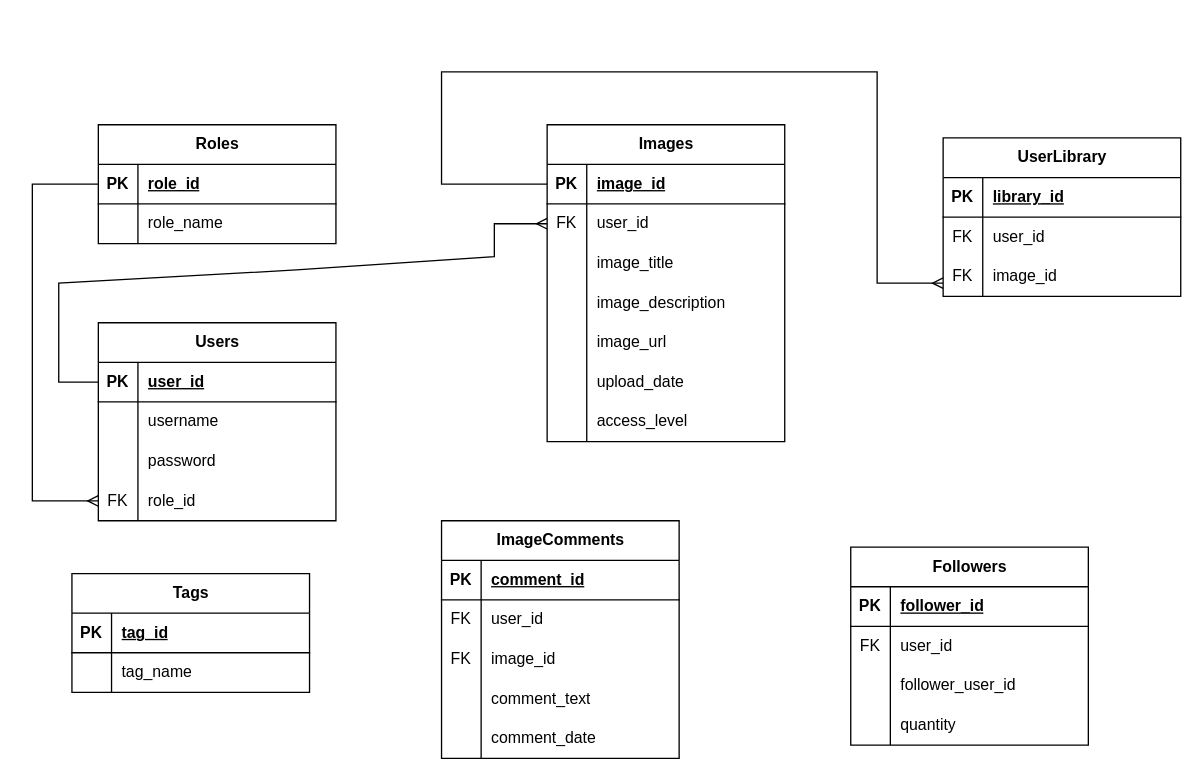
The draw.io diagram Components for the project/DB.drawio in KoleaRussu/web2-2023, before the edit. Source tidied: cells renumbered, new cells numbered last; positions are measured from the earlier drawing's top-left corner, leaving out a move shared by most shapes. Both pictures are drawn from the tidied source at 132%, with x=0, y=0 at pixel (32, 71).
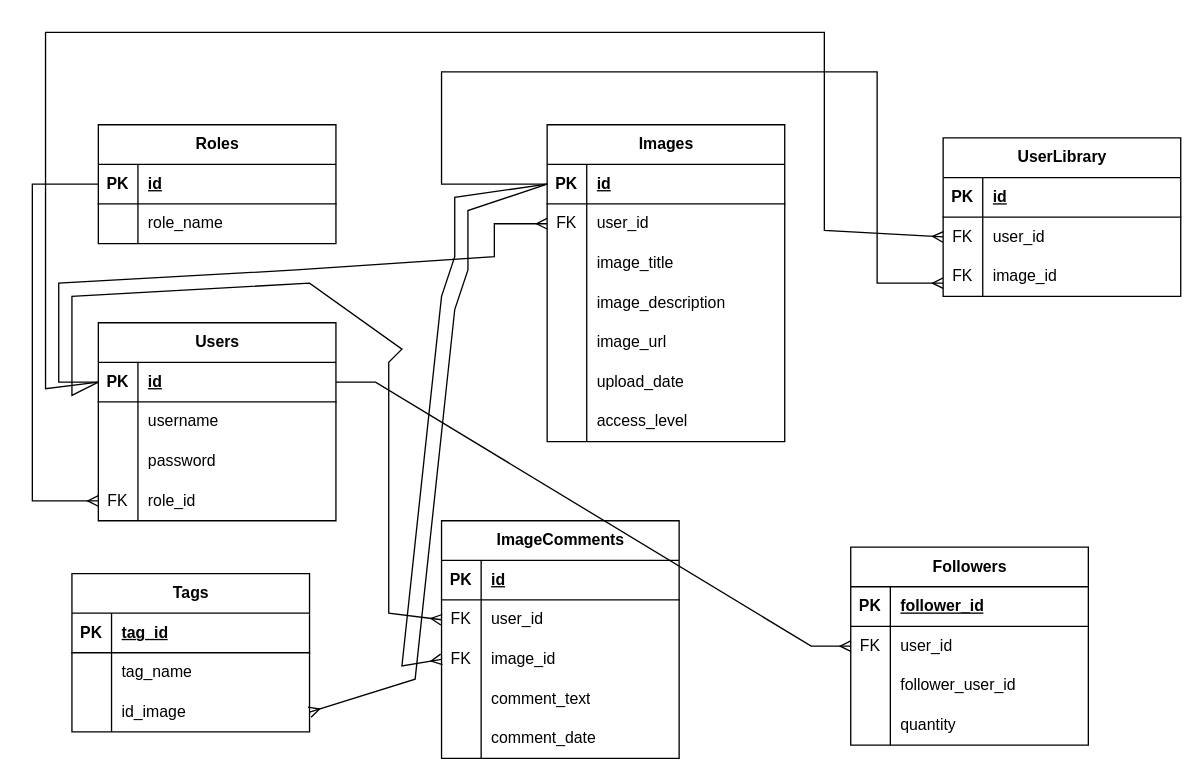
The same page after the edit.

Unchanged cells that the change refers to:
```xml
<mxCell id="3" style="shape=tableRow;horizontal=0;startSize=0;swimlaneHead=0;swimlaneBody=0;fillColor=none;points=[[0,0.5],[1,0.5]];portConstraint=eastwest;top=0;left=0;right=0;bottom=1;" parent="2" vertex="1">
  <mxGeometry y="30" width="180" height="30" as="geometry" />
</mxCell>
<mxCell id="10" style="shape=tableRow;horizontal=0;startSize=0;swimlaneHead=0;swimlaneBody=0;fillColor=none;points=[[0,0.5],[1,0.5]];portConstraint=eastwest;top=0;left=0;right=0;bottom=1;" parent="9" vertex="1">
  <mxGeometry y="30" width="180" height="30" as="geometry" />
</mxCell>
<mxCell id="24" style="shape=tableRow;horizontal=0;startSize=0;swimlaneHead=0;swimlaneBody=0;fillColor=none;points=[[0,0.5],[1,0.5]];portConstraint=eastwest;top=0;left=0;right=0;bottom=1;" parent="23" vertex="1">
  <mxGeometry y="30" width="180" height="30" as="geometry" />
</mxCell>
<mxCell id="47" style="shape=tableRow;horizontal=0;startSize=0;swimlaneHead=0;swimlaneBody=0;fillColor=none;top=0;left=0;right=0;bottom=1;" parent="46" vertex="1">
  <mxGeometry y="30" width="180" height="30" as="geometry" />
</mxCell>
<mxCell id="50" style="shape=tableRow;horizontal=0;startSize=0;swimlaneHead=0;swimlaneBody=0;fillColor=none;points=[[0,0.5],[1,0.5]];portConstraint=eastwest;top=0;left=0;right=0;bottom=0;" parent="46" vertex="1">
  <mxGeometry y="60" width="180" height="30" as="geometry" />
</mxCell>
<mxCell id="58" style="shape=tableRow;horizontal=0;startSize=0;swimlaneHead=0;swimlaneBody=0;fillColor=none;top=0;left=0;right=0;bottom=1;" parent="57" vertex="1">
  <mxGeometry y="30" width="180" height="30" as="geometry" />
</mxCell>
<mxCell id="61" style="shape=tableRow;horizontal=0;startSize=0;swimlaneHead=0;swimlaneBody=0;fillColor=none;points=[[0,0.5],[1,0.5]];portConstraint=eastwest;top=0;left=0;right=0;bottom=0;" parent="57" vertex="1">
  <mxGeometry y="60" width="180" height="30" as="geometry" />
</mxCell>
<mxCell id="64" style="shape=tableRow;horizontal=0;startSize=0;swimlaneHead=0;swimlaneBody=0;fillColor=none;points=[[0,0.5],[1,0.5]];portConstraint=eastwest;top=0;left=0;right=0;bottom=0;" parent="57" vertex="1">
  <mxGeometry y="90" width="180" height="30" as="geometry" />
</mxCell>
<mxCell id="77" style="shape=tableRow;horizontal=0;startSize=0;swimlaneHead=0;swimlaneBody=0;fillColor=none;points=[[0,0.5],[1,0.5]];portConstraint=eastwest;top=0;left=0;right=0;bottom=0;" parent="73" vertex="1">
  <mxGeometry y="60" width="180" height="30" as="geometry" />
</mxCell>
```

Change to the diagram source:
```diff
@@
-    <mxCell id="5" value="role_id" style="shape=partialRectangle;fillColor=none;top=0;left=0;bottom=0;right=0;align=left;spacingLeft=6;fontStyle=5;overflow=hidden;whiteSpace=wrap;html=1;" parent="3" vertex="1">
+    <mxCell id="5" value="id" style="shape=partialRectangle;fillColor=none;top=0;left=0;bottom=0;right=0;align=left;spacingLeft=6;fontStyle=5;overflow=hidden;whiteSpace=wrap;html=1;" parent="3" vertex="1">
       <mxGeometry x="30" width="150" height="30" as="geometry" />
     </mxCell>
@@
-    <mxCell id="12" value="user_id" style="shape=partialRectangle;fillColor=none;top=0;left=0;bottom=0;right=0;align=left;spacingLeft=6;fontStyle=5;overflow=hidden;whiteSpace=wrap;html=1;" parent="10" vertex="1">
+    <mxCell id="12" value="id" style="shape=partialRectangle;fillColor=none;top=0;left=0;bottom=0;right=0;align=left;spacingLeft=6;fontStyle=5;overflow=hidden;whiteSpace=wrap;html=1;" parent="10" vertex="1">
       <mxGeometry x="30" width="150" height="30" as="geometry" />
     </mxCell>
@@
-    <mxCell id="26" value="image_id" style="shape=partialRectangle;fillColor=none;top=0;left=0;bottom=0;right=0;align=left;spacingLeft=6;fontStyle=5;overflow=hidden;whiteSpace=wrap;html=1;" parent="24" vertex="1">
+    <mxCell id="26" value="id" style="shape=partialRectangle;fillColor=none;top=0;left=0;bottom=0;right=0;align=left;spacingLeft=6;fontStyle=5;overflow=hidden;whiteSpace=wrap;html=1;" parent="24" vertex="1">
       <mxGeometry x="30" width="150" height="30" as="geometry" />
     </mxCell>
@@
-    <mxCell id="49" value="library_id " style="shape=partialRectangle;fillColor=none;top=0;left=0;bottom=0;right=0;align=left;spacingLeft=6;fontStyle=5;overflow=hidden;whiteSpace=wrap;html=1;" parent="47" vertex="1">
+    <mxCell id="49" value="id" style="shape=partialRectangle;fillColor=none;top=0;left=0;bottom=0;right=0;align=left;spacingLeft=6;fontStyle=5;overflow=hidden;whiteSpace=wrap;html=1;" parent="47" vertex="1">
       <mxGeometry x="30" width="150" height="30" as="geometry" />
     </mxCell>
@@
-    <mxCell id="60" value="comment_id" style="shape=partialRectangle;fillColor=none;top=0;left=0;bottom=0;right=0;align=left;spacingLeft=6;fontStyle=5;overflow=hidden;whiteSpace=wrap;html=1;" parent="58" vertex="1">
+    <mxCell id="60" value="id" style="shape=partialRectangle;fillColor=none;top=0;left=0;bottom=0;right=0;align=left;spacingLeft=6;fontStyle=5;overflow=hidden;whiteSpace=wrap;html=1;" parent="58" vertex="1">
       <mxGeometry x="30" width="150" height="30" as="geometry" />
     </mxCell>
@@
     <mxCell id="86" value="Tags" style="shape=table;startSize=30;childLayout=tableLayout;rowLines=0;fontStyle=1;align=center;html=1;" parent="1" vertex="1">
-      <mxGeometry x="30" y="380" width="180" height="90" as="geometry" />
+      <mxGeometry x="30" y="380" width="180" height="120" as="geometry" />
     </mxCell>
@@
+    <mxCell id="93" style="shape=tableRow;horizontal=0;startSize=0;swimlaneHead=0;swimlaneBody=0;fillColor=none;points=[[0,0.5],[1,0.5]];portConstraint=eastwest;top=0;left=0;right=0;bottom=0;" parent="86" vertex="1">
+      <mxGeometry y="90" width="180" height="30" as="geometry" />
+    </mxCell>
+    <mxCell id="94" style="shape=partialRectangle;fillColor=none;top=0;left=0;bottom=0;right=0;overflow=hidden;whiteSpace=wrap;html=1;" parent="93" vertex="1">
+      <mxGeometry width="30" height="30" as="geometry" />
+    </mxCell>
+    <mxCell id="95" value="id_image" style="shape=partialRectangle;fillColor=none;top=0;left=0;bottom=0;right=0;align=left;spacingLeft=6;overflow=hidden;whiteSpace=wrap;html=1;" parent="93" vertex="1">
+      <mxGeometry x="30" width="150" height="30" as="geometry" />
+    </mxCell>
+    <mxCell id="96" style="endArrow=ERmany;html=1;rounded=0;exitX=0;exitY=0.5;exitDx=0;exitDy=0;entryX=0;entryY=0.5;entryDx=0;entryDy=0;endFill=0;" parent="1" edge="1" source="10" target="50">
+      <mxGeometry relative="1" as="geometry">
+        <Array as="points">
+          <mxPoint x="10" y="240" />
+          <mxPoint x="10" y="-30" />
+          <mxPoint x="310" y="-30" />
+          <mxPoint x="600" y="-30" />
+          <mxPoint x="600" y="120" />
+        </Array>
+      </mxGeometry>
+    </mxCell>
+    <mxCell id="97" style="endArrow=ERmany;html=1;rounded=0;exitX=0;exitY=0.5;exitDx=0;exitDy=0;entryX=0;entryY=0.5;entryDx=0;entryDy=0;endFill=0;" parent="1" edge="1" source="10" target="61">
+      <mxGeometry relative="1" as="geometry">
+        <Array as="points">
+          <mxPoint x="30" y="245" />
+          <mxPoint x="30" y="170" />
+          <mxPoint x="210" y="160" />
+          <mxPoint x="280" y="210" />
+          <mxPoint x="270" y="220" />
+          <mxPoint x="270" y="410" />
+        </Array>
+      </mxGeometry>
+    </mxCell>
+    <mxCell id="98" style="endArrow=ERmany;html=1;rounded=0;exitX=0;exitY=0.5;exitDx=0;exitDy=0;entryX=0;entryY=0.5;entryDx=0;entryDy=0;endFill=0;" parent="1" edge="1" source="24" target="64">
+      <mxGeometry relative="1" as="geometry">
+        <Array as="points">
+          <mxPoint x="320" y="95" />
+          <mxPoint x="320" y="140" />
+          <mxPoint x="310" y="170" />
+          <mxPoint x="280" y="450" />
+        </Array>
+      </mxGeometry>
+    </mxCell>
+    <mxCell id="99" style="endArrow=ERmany;html=1;rounded=0;exitX=0;exitY=0.5;exitDx=0;exitDy=0;entryX=1;entryY=0.5;entryDx=0;entryDy=0;endFill=0;" parent="1" edge="1" source="24" target="93">
+      <mxGeometry relative="1" as="geometry">
+        <Array as="points">
+          <mxPoint x="330" y="105" />
+          <mxPoint x="330" y="150" />
+          <mxPoint x="320" y="180" />
+          <mxPoint x="290" y="460" />
+        </Array>
+      </mxGeometry>
+    </mxCell>
+    <mxCell id="100" style="edgeStyle=entityRelationEdgeStyle;fontSize=12;html=1;endArrow=ERmany;rounded=0;entryX=0;entryY=0.5;entryDx=0;entryDy=0;exitX=1;exitY=0.5;exitDx=0;exitDy=0;" parent="1" edge="1" source="10" target="77">
+      <mxGeometry relative="1" as="geometry" />
+    </mxCell>
```
